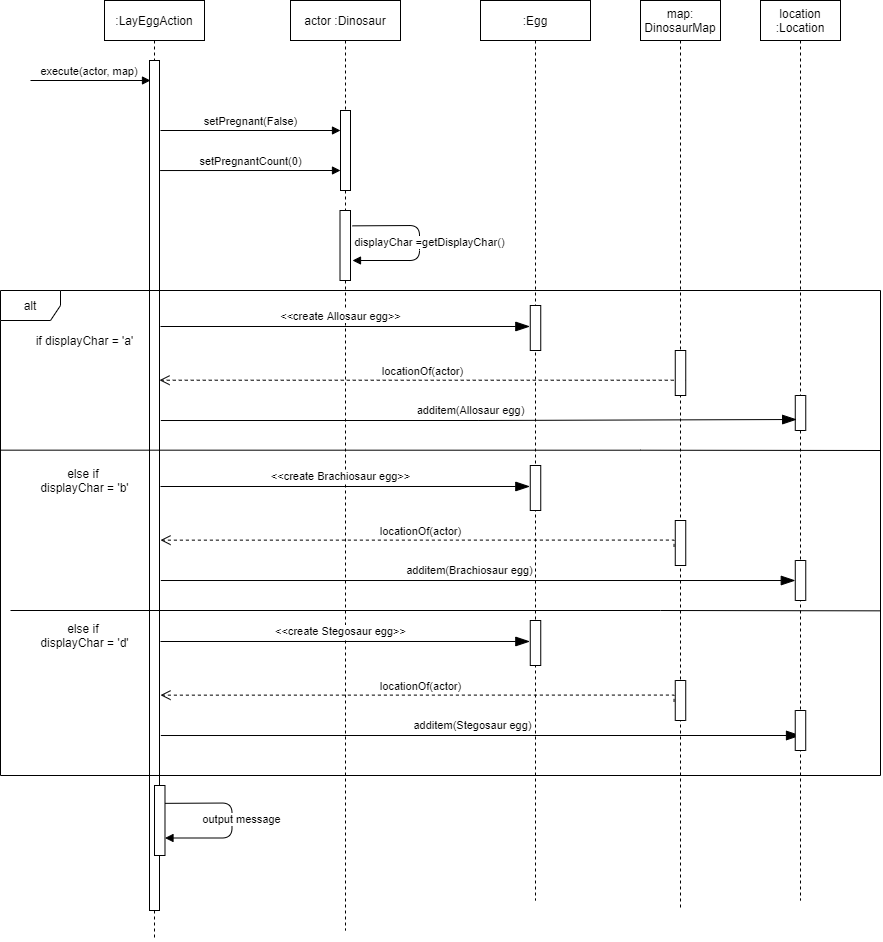
This is assignment_workings/LayEggAction.execute.png from mltw/fit2099-jurassic-park-2021, a draw.io export, as it was before one commit. Source tidied: cells renumbered, new cells last; positions are measured from the earlier drawing's top-left corner, leaving out a move shared by most shapes.
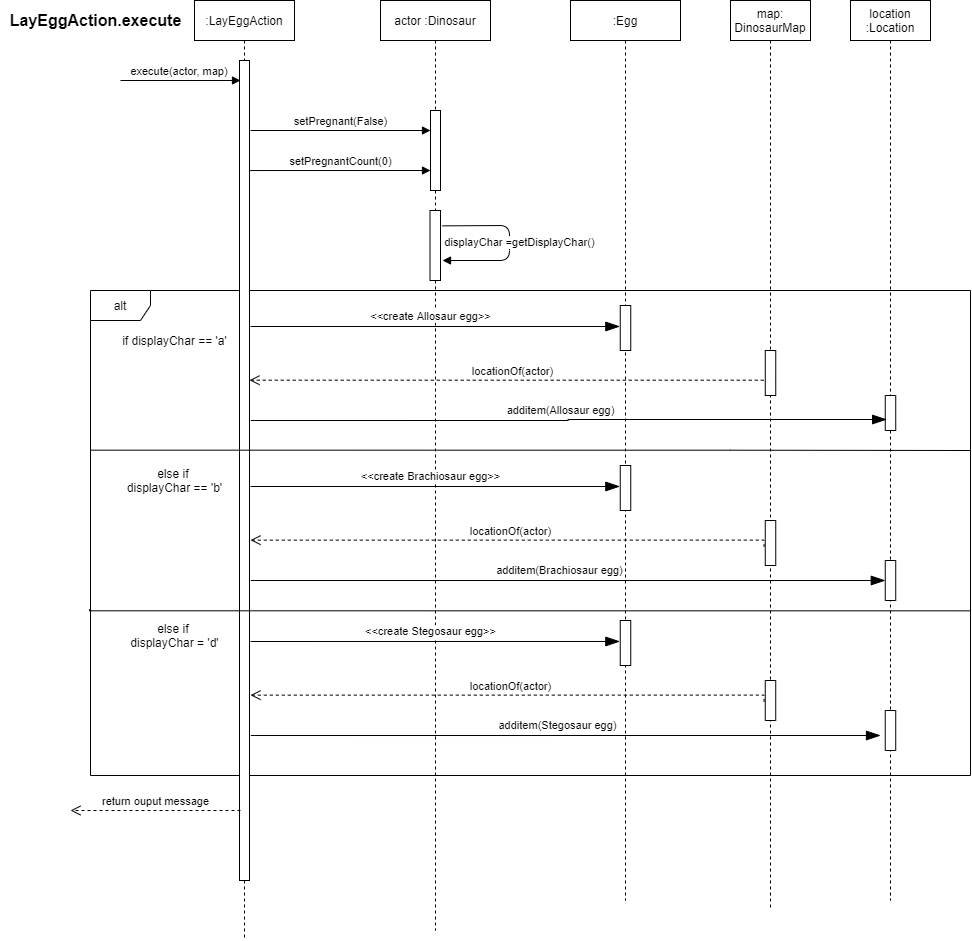
After the change.

Commit message:
update LayEggAction.execute sequence diagram

Diff of the diagram source:
```diff
@@ -2,11 +2,14 @@
   <root>
     <mxCell id="0" />
     <mxCell id="1" parent="0" />
+    <mxCell id="37" value="alt" style="shape=umlFrame;whiteSpace=wrap;html=1;" parent="1" vertex="1">
+      <mxGeometry y="290" width="880" height="485" as="geometry" />
+    </mxCell>
     <mxCell id="2" value=":LayEggAction" style="shape=umlLifeline;perimeter=lifelinePerimeter;whiteSpace=wrap;html=1;" parent="1" vertex="1">
       <mxGeometry x="104" width="100" height="940" as="geometry" />
     </mxCell>
     <mxCell id="3" style="html=1;points=[];perimeter=orthogonalPerimeter;" parent="2" vertex="1">
-      <mxGeometry x="45" y="60" width="10" height="850" as="geometry" />
+      <mxGeometry x="45" y="60" width="10" height="820" as="geometry" />
     </mxCell>
     <mxCell id="4" value="&lt;span style=&quot;font-family: &amp;#34;helvetica&amp;#34;&quot;&gt;execute(actor, map&lt;/span&gt;&lt;span style=&quot;font-family: &amp;#34;helvetica&amp;#34;&quot;&gt;)&amp;nbsp;&lt;/span&gt;" style="html=1;verticalAlign=bottom;endArrow=block;" parent="1" edge="1">
       <mxGeometry relative="1" as="geometry">
@@ -54,8 +57,8 @@
         </Array>
       </mxGeometry>
     </mxCell>
-    <mxCell id="14" value="if displayChar = 'a'" style="text;html=1;align=center;verticalAlign=middle;strokeColor=none;" parent="1" vertex="1">
-      <mxGeometry x="29" y="330" width="110" height="20" as="geometry" />
+    <mxCell id="14" value="if displayChar == 'a'" style="text;html=1;align=center;verticalAlign=middle;strokeColor=none;" parent="1" vertex="1">
+      <mxGeometry x="24" y="330" width="120" height="20" as="geometry" />
     </mxCell>
     <mxCell id="15" value=":Egg" style="shape=umlLifeline;perimeter=lifelinePerimeter;whiteSpace=wrap;html=1;" parent="1" vertex="1">
       <mxGeometry x="480" width="110" height="900" as="geometry" />
@@ -98,8 +101,8 @@
         <mxPoint x="160.3" y="420" as="sourcePoint" />
       </mxGeometry>
     </mxCell>
-    <mxCell id="25" value="else if &lt;br&gt;displayChar = 'b'" style="text;html=1;align=center;verticalAlign=middle;strokeColor=none;" parent="1" vertex="1">
-      <mxGeometry x="34" y="465" width="100" height="30" as="geometry" />
+    <mxCell id="25" value="else if &lt;br&gt;displayChar == 'b'" style="text;html=1;align=center;verticalAlign=middle;strokeColor=none;" parent="1" vertex="1">
+      <mxGeometry x="29" y="465" width="110" height="30" as="geometry" />
     </mxCell>
     <mxCell id="26" value="&amp;lt;&amp;lt;create Brachiosaur egg&amp;gt;&amp;gt;" style="endArrow=blockThin;endSize=12;html=1;rounded=0;edgeStyle=orthogonalEdgeStyle;entryX=-0.041;entryY=0.333;entryDx=0;entryDy=0;entryPerimeter=0;endFill=1;" parent="1" edge="1">
       <mxGeometry x="-0.03" y="10" relative="1" as="geometry">
@@ -141,9 +144,10 @@
         </Array>
       </mxGeometry>
     </mxCell>
-    <mxCell id="33" value="additem(Stegosaur egg)" style="endArrow=blockThin;endSize=12;html=1;rounded=0;edgeStyle=orthogonalEdgeStyle;endFill=1;entryX=0.5;entryY=0.375;entryDx=0;entryDy=0;entryPerimeter=0;" parent="1" edge="1" target="36">
+    <mxCell id="33" value="additem(Stegosaur egg)" style="endArrow=blockThin;endSize=12;html=1;rounded=0;edgeStyle=orthogonalEdgeStyle;endFill=1;" parent="1" edge="1">
       <mxGeometry x="-0.03" y="10" relative="1" as="geometry">
         <mxPoint x="160.3" y="735" as="sourcePoint" />
+        <mxPoint x="790" y="735" as="targetPoint" />
       </mxGeometry>
     </mxCell>
     <mxCell id="34" style="endArrow=none;html=1;rounded=0;edgeStyle=orthogonalEdgeStyle;" parent="1" edge="1">
@@ -156,34 +160,25 @@
         </Array>
       </mxGeometry>
     </mxCell>
-    <mxCell id="35" style="endArrow=none;html=1;rounded=0;edgeStyle=orthogonalEdgeStyle;" parent="1" edge="1">
+    <mxCell id="35" style="endArrow=none;html=1;rounded=0;edgeStyle=orthogonalEdgeStyle;exitX=-0.001;exitY=0.657;exitDx=0;exitDy=0;exitPerimeter=0;" parent="1" edge="1" source="37">
       <mxGeometry relative="1" as="geometry">
-        <mxPoint x="10" y="610" as="sourcePoint" />
         <mxPoint x="880" y="610.3" as="targetPoint" />
         <Array as="points">
-          <mxPoint x="660" y="610.3" />
-          <mxPoint x="660" y="610.3" />
+          <mxPoint x="-1" y="610" />
         </Array>
       </mxGeometry>
     </mxCell>
     <mxCell id="36" style="html=1;points=[];perimeter=orthogonalPerimeter;direction=west;" parent="1" vertex="1">
       <mxGeometry x="794.8" y="710" width="10.5" height="40" as="geometry" />
     </mxCell>
-    <mxCell id="37" value="alt" style="shape=umlFrame;whiteSpace=wrap;html=1;" parent="1" vertex="1">
-      <mxGeometry y="290" width="880" height="485" as="geometry" />
-    </mxCell>
-    <mxCell id="38" style="html=1;perimeter=orthogonalPerimeter;" parent="1" vertex="1">
-      <mxGeometry x="154" y="785" width="10.5" height="70" as="geometry" />
-    </mxCell>
-    <mxCell id="39" value="&lt;font face=&quot;helvetica&quot;&gt;output message&lt;/font&gt;" style="html=1;verticalAlign=bottom;endArrow=block;exitX=1.191;exitY=0.305;exitDx=0;exitDy=0;exitPerimeter=0;" parent="1" edge="1">
-      <mxGeometry x="0.1" y="10" relative="1" as="geometry">
-        <mxPoint x="164.5" y="802.9" as="sourcePoint" />
-        <mxPoint x="164.5" y="837.5" as="targetPoint" />
-        <Array as="points">
-          <mxPoint x="231.5" y="802.5" />
-          <mxPoint x="231.5" y="837.5" />
-        </Array>
-      </mxGeometry>
-    </mxCell>
+    <mxCell id="40" value="&lt;font style=&quot;font-size: 16px&quot;&gt;&lt;b&gt;LayEggAction.execute&lt;/b&gt;&lt;/font&gt;" style="text;html=1;align=center;verticalAlign=middle;strokeColor=none;" parent="1" vertex="1">
+      <mxGeometry x="-90" y="10" width="190" height="20" as="geometry" />
+    </mxCell>
+    <mxCell id="41" value="return ouput message" style="html=1;verticalAlign=bottom;endArrow=open;dashed=1;endSize=8;" parent="1" edge="1">
+      <mxGeometry relative="1" as="geometry">
+        <mxPoint x="150" y="810" as="sourcePoint" />
+        <mxPoint x="-20" y="810" as="targetPoint" />
+      </mxGeometry>
+    </mxCell>
   </root>
 </mxGraphModel>
```
